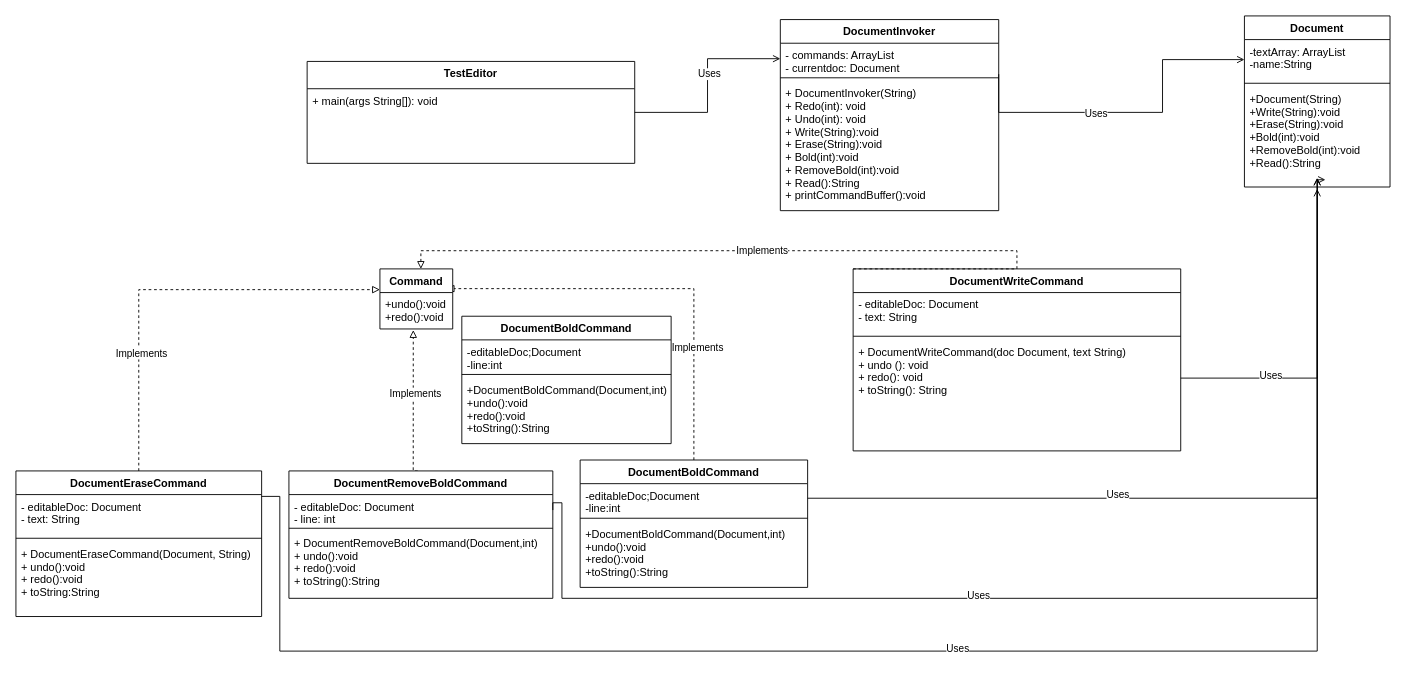
Above: Final_UML.drawio in Dragonwk/Team-3-UML-Project (draw.io), before the change. Source tidied: cells renumbered, new cells numbered last; positions are measured from the earlier drawing's top-left corner, leaving out a move shared by most shapes. Both pictures are drawn from the tidied source at 91%, with x=0, y=0 at pixel (15, 15).
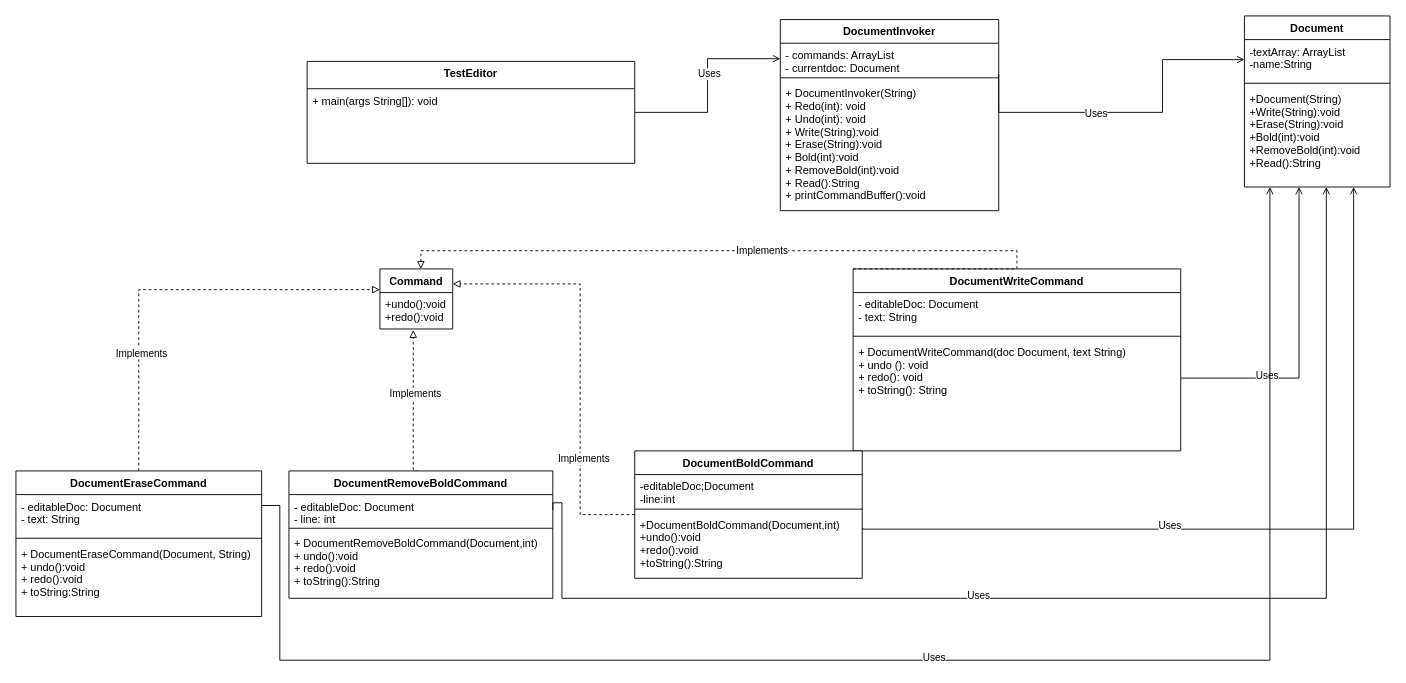
The same page after the edit.

Unchanged cells that the change refers to:
```xml
<mxCell id="5" value="+ DocumentWriteCommand(doc Document, text String)&#10;+ undo (): void&#10;+ redo(): void&#10;+ toString(): String" style="text;strokeColor=none;fillColor=none;align=left;verticalAlign=top;spacingLeft=4;spacingRight=4;overflow=hidden;points=[[0,0.5],[1,0.5]];portConstraint=eastwest;" parent="2" vertex="1">
  <mxGeometry y="78" width="360" height="122" as="geometry" />
</mxCell>
<mxCell id="10" value="Document" style="swimlane;fontStyle=1;align=center;verticalAlign=top;horizontal=1;startSize=26;" parent="1" vertex="1">
  <mxGeometry x="1350" width="160" height="188" as="geometry" />
</mxCell>
<mxCell id="13" value="+Document(String)&#10;+Write(String):void&#10;+Erase(String):void&#10;+Bold(int):void&#10;+RemoveBold(int):void&#10;+Read():String" style="text;strokeColor=none;fillColor=none;align=left;verticalAlign=top;spacingLeft=4;spacingRight=4;overflow=hidden;points=[[0,0.5],[1,0.5]];portConstraint=eastwest;" parent="10" vertex="1">
  <mxGeometry y="78" width="160" height="110" as="geometry" />
</mxCell>
<mxCell id="19" value="+DocumentBoldCommand(Document,int)&#10;+undo():void&#10;+redo():void&#10;+toString():String" style="text;strokeColor=none;fillColor=none;align=left;verticalAlign=top;spacingLeft=4;spacingRight=4;overflow=hidden;points=[[0,0.5],[1,0.5]];portConstraint=eastwest;" parent="16" vertex="1">
  <mxGeometry y="68" width="250" height="72" as="geometry" />
</mxCell>
<mxCell id="29" value="- editableDoc: Document&#10;- line: int&#10;&#10;" style="text;strokeColor=none;fillColor=none;align=left;verticalAlign=top;spacingLeft=4;spacingRight=4;overflow=hidden;points=[[0,0.5],[1,0.5]];portConstraint=eastwest;" parent="28" vertex="1">
  <mxGeometry y="26" width="290" height="34" as="geometry" />
</mxCell>
<mxCell id="48" value="Command" style="swimlane;fontStyle=1;align=center;verticalAlign=top;horizontal=1;startSize=26;" parent="1" vertex="1">
  <mxGeometry x="400" y="278" width="80" height="66" as="geometry" />
</mxCell>
<mxCell id="49" value="+undo():void&#10;+redo():void" style="text;strokeColor=none;fillColor=none;align=left;verticalAlign=top;spacingLeft=4;spacingRight=4;overflow=hidden;points=[[0,0.5],[1,0.5]];portConstraint=eastwest;" parent="48" vertex="1">
  <mxGeometry y="26" width="80" height="40" as="geometry" />
</mxCell>
```

The edit, as a diff of the source:
```diff
@@
-    <mxCell id="14" style="edgeStyle=orthogonalEdgeStyle;rounded=0;jettySize=auto;html=1;entryX=0.917;entryY=-0.108;entryDx=0;entryDy=0;dashed=1;endArrow=block;endFill=0;entryPerimeter=0;" parent="1" edge="1" source="16" target="49">
-      <mxGeometry relative="1" as="geometry" />
+    <mxCell id="14" style="edgeStyle=orthogonalEdgeStyle;rounded=0;jettySize=auto;html=1;entryX=1;entryY=0.25;entryDx=0;entryDy=0;dashed=1;endArrow=block;endFill=0;" parent="1" edge="1" source="16" target="48">
+      <mxGeometry relative="1" as="geometry">
+        <Array as="points">
+          <mxPoint x="620" y="548" />
+          <mxPoint x="620" y="295" />
+        </Array>
+      </mxGeometry>
     </mxCell>
@@
     <mxCell id="16" value="DocumentBoldCommand" style="swimlane;fontStyle=1;align=center;verticalAlign=top;horizontal=1;startSize=26;" parent="1" vertex="1">
-      <mxGeometry x="620" y="488" width="250" height="140" as="geometry" />
+      <mxGeometry x="680" y="478" width="250" height="140" as="geometry" />
     </mxCell>
@@
-    <mxCell id="40" style="edgeStyle=orthogonalEdgeStyle;rounded=0;jettySize=auto;html=1;entryX=0.5;entryY=1.02;entryDx=0;entryDy=0;entryPerimeter=0;endArrow=open;endFill=0;" parent="1" edge="1" source="5" target="13">
+    <mxCell id="40" style="edgeStyle=orthogonalEdgeStyle;rounded=0;jettySize=auto;html=1;endArrow=open;endFill=0;" parent="1" edge="1" source="5" target="13">
       <mxGeometry relative="1" as="geometry">
         <Array as="points">
-          <mxPoint x="1430" y="398" />
+          <mxPoint x="1410" y="398" />
         </Array>
       </mxGeometry>
     </mxCell>
@@
-    <mxCell id="42" style="edgeStyle=orthogonalEdgeStyle;rounded=0;orthogonalLoop=1;jettySize=auto;html=1;endArrow=open;endFill=0;" parent="1" edge="1">
+    <mxCell id="42" style="edgeStyle=orthogonalEdgeStyle;rounded=0;jettySize=auto;html=1;endArrow=open;endFill=0;entryX=0.75;entryY=1;entryDx=0;entryDy=0;exitX=1.002;exitY=0.228;exitDx=0;exitDy=0;exitPerimeter=0;" parent="1" edge="1" source="19" target="10">
       <mxGeometry relative="1" as="geometry">
-        <mxPoint x="870" y="530" as="sourcePoint" />
-        <mxPoint x="1439" y="180" as="targetPoint" />
         <Array as="points">
-          <mxPoint x="1430" y="530" />
-          <mxPoint x="1430" y="180" />
+          <mxPoint x="930" y="564" />
+          <mxPoint x="1470" y="564" />
         </Array>
       </mxGeometry>
     </mxCell>
@@
     <mxCell id="44" style="edgeStyle=orthogonalEdgeStyle;rounded=0;jettySize=auto;html=1;exitX=1;exitY=0.5;exitDx=0;exitDy=0;endArrow=open;endFill=0;" parent="1" edge="1" source="29">
       <mxGeometry relative="1" as="geometry">
-        <mxPoint x="1430" y="178" as="targetPoint" />
+        <mxPoint x="1440" y="188" as="targetPoint" />
         <Array as="points">
+          <mxPoint x="590" y="535" />
           <mxPoint x="600" y="535" />
           <mxPoint x="600" y="640" />
-          <mxPoint x="1430" y="640" />
+          <mxPoint x="1440" y="640" />
+          <mxPoint x="1440" y="188" />
         </Array>
       </mxGeometry>
     </mxCell>
@@
-    <mxCell id="46" style="edgeStyle=orthogonalEdgeStyle;rounded=0;orthogonalLoop=1;jettySize=auto;html=1;endArrow=open;endFill=0;" parent="1" edge="1">
+    <mxCell id="46" style="edgeStyle=orthogonalEdgeStyle;rounded=0;jettySize=auto;html=1;endArrow=open;endFill=0;" parent="1" edge="1" target="13">
       <mxGeometry relative="1" as="geometry">
-        <mxPoint x="270" y="528" as="sourcePoint" />
-        <mxPoint x="1430" y="178" as="targetPoint" />
+        <mxPoint x="270" y="538" as="sourcePoint" />
         <Array as="points">
-          <mxPoint x="270" y="528" />
-          <mxPoint x="290" y="528" />
-          <mxPoint x="290" y="698" />
-          <mxPoint x="1430" y="698" />
+          <mxPoint x="290" y="538" />
+          <mxPoint x="290" y="708" />
+          <mxPoint x="1378" y="708" />
         </Array>
       </mxGeometry>
     </mxCell>
@@
-    <mxCell id="50" value="DocumentBoldCommand" style="swimlane;fontStyle=1;align=center;verticalAlign=top;horizontal=1;startSize=26;" parent="1" vertex="1">
-      <mxGeometry x="490" y="330" width="230" height="140" as="geometry" />
-    </mxCell>
-    <mxCell id="51" value="-editableDoc;Document&#10;-line:int" style="text;strokeColor=none;fillColor=none;align=left;verticalAlign=top;spacingLeft=4;spacingRight=4;overflow=hidden;" parent="50" vertex="1">
-      <mxGeometry y="26" width="230" height="34" as="geometry" />
-    </mxCell>
-    <mxCell id="52" style="line;strokeWidth=1;fillColor=none;align=left;verticalAlign=middle;spacingTop=-1;spacingLeft=3;spacingRight=3;labelPosition=right;" parent="50" vertex="1">
-      <mxGeometry y="60" width="230" height="8" as="geometry" />
-    </mxCell>
-    <mxCell id="53" value="+DocumentBoldCommand(Document,int)&#10;+undo():void&#10;+redo():void&#10;+toString():String" style="text;strokeColor=none;fillColor=none;align=left;verticalAlign=top;spacingLeft=4;spacingRight=4;overflow=hidden;" parent="50" vertex="1">
-      <mxGeometry y="68" width="230" height="72" as="geometry" />
-    </mxCell>
```
